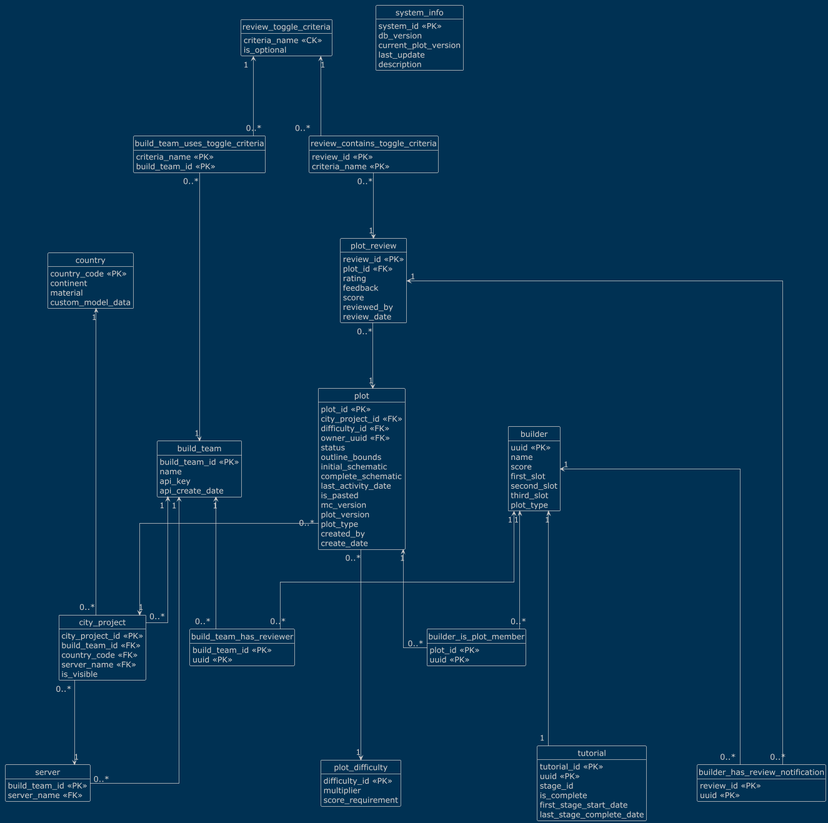
Above: logical-db.png in AlpsBTE/Plot-System-DB (PlantUML), before the change.
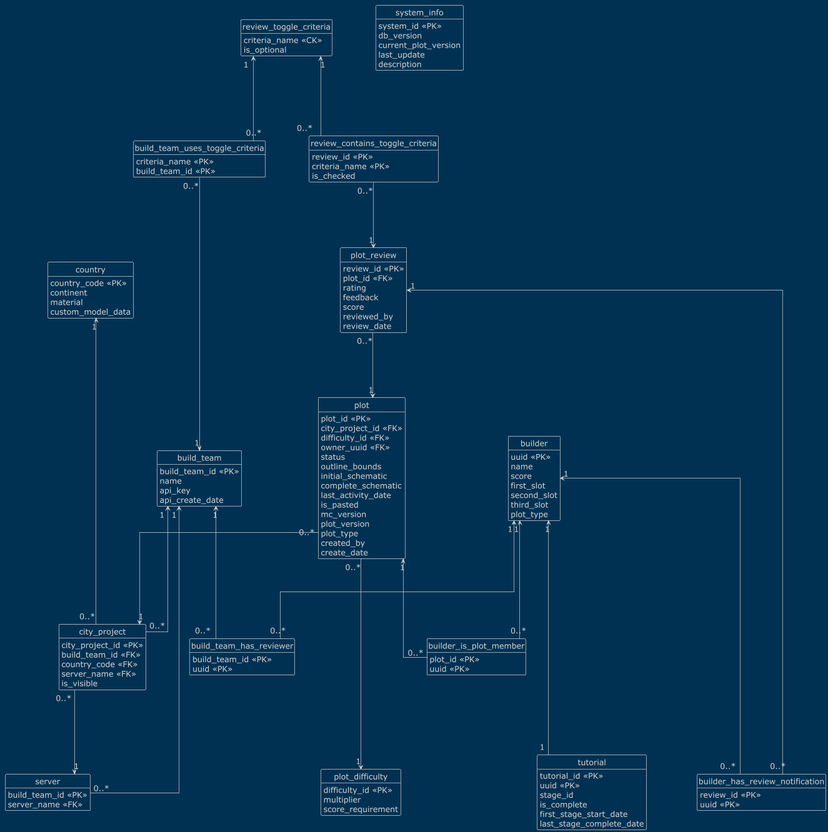
After the change.

Commit message:
add is_checked column to review_contains_toggle_criteria table

Diff of the diagram source:
```diff
@@ -125,6 +125,7 @@
 entity "review_contains_toggle_criteria" {
     review_id <<PK>>
     criteria_name <<PK>>
+    is_checked
 }
 
 build_team "1" <-- "0..*" build_team_has_reviewer
```
